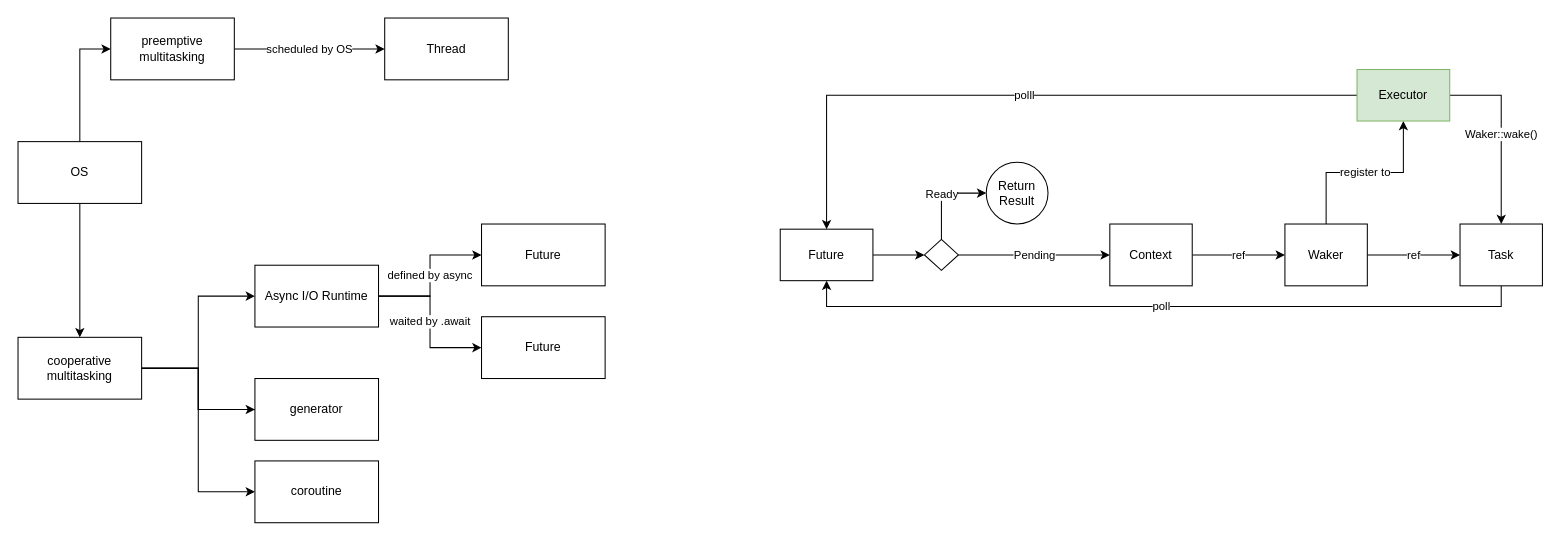
The draw.io diagram page "Concurrency" (7 of 8) of advanced.drawio in gftea/rust_lang_notes, before the edit. Source tidied: cells renumbered, new cells numbered last; positions are measured from the earlier drawing's top-left corner, leaving out a move shared by most shapes. Both pictures are drawn from the tidied source at 103%, with x=0, y=0 at pixel (18, 18).
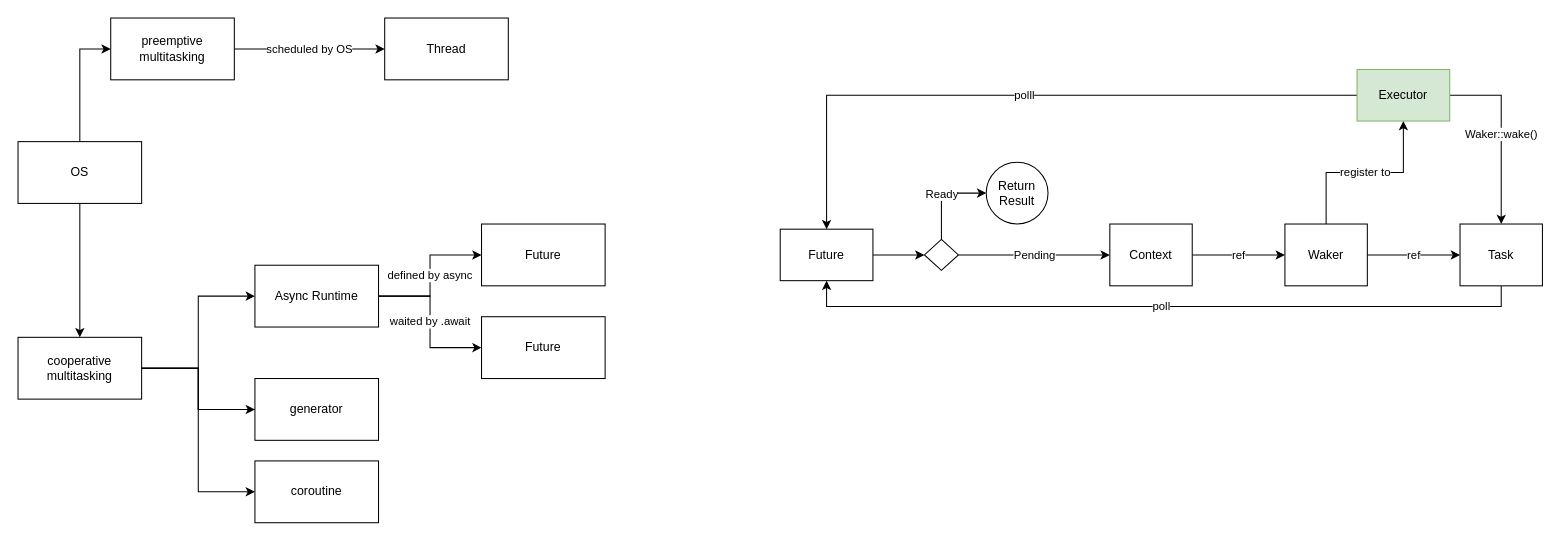
After the change.

Diff of the diagram source:
```diff
@@
-    <mxCell id="13" value="Async I/O Runtime" style="rounded=0;whiteSpace=wrap;html=1;" parent="1" vertex="1">
+    <mxCell id="13" value="Async Runtime" style="rounded=0;whiteSpace=wrap;html=1;" parent="1" vertex="1">
       <mxGeometry x="230" y="240" width="120" height="60" as="geometry" />
     </mxCell>
```
